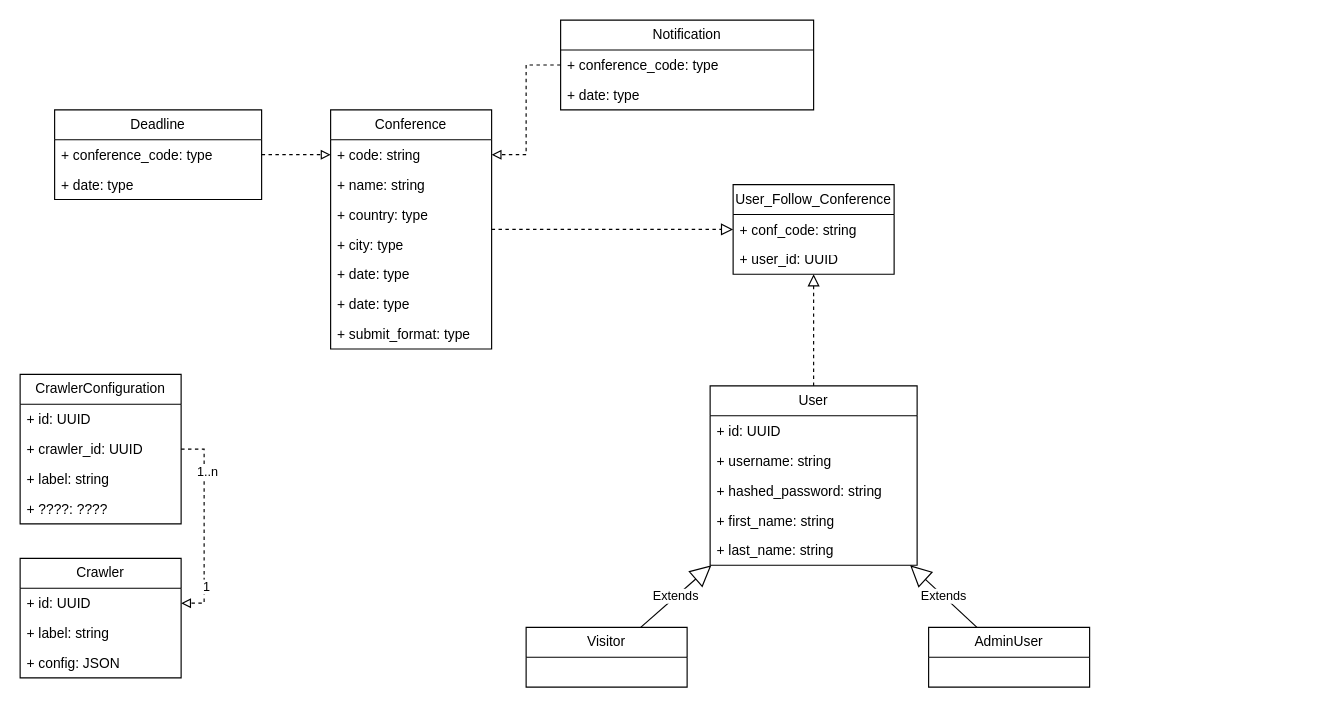
The draw.io diagram page "Class" (2 of 2) of Diagram/Use Case.drawio in Technologie-Logicielle/spiderbot, before the edit. Source tidied: cells renumbered, new cells numbered last; positions are measured from the earlier drawing's top-left corner, leaving out a move shared by most shapes. Both pictures are drawn from the tidied source at 115%, with x=0, y=0 at pixel (20, 20).
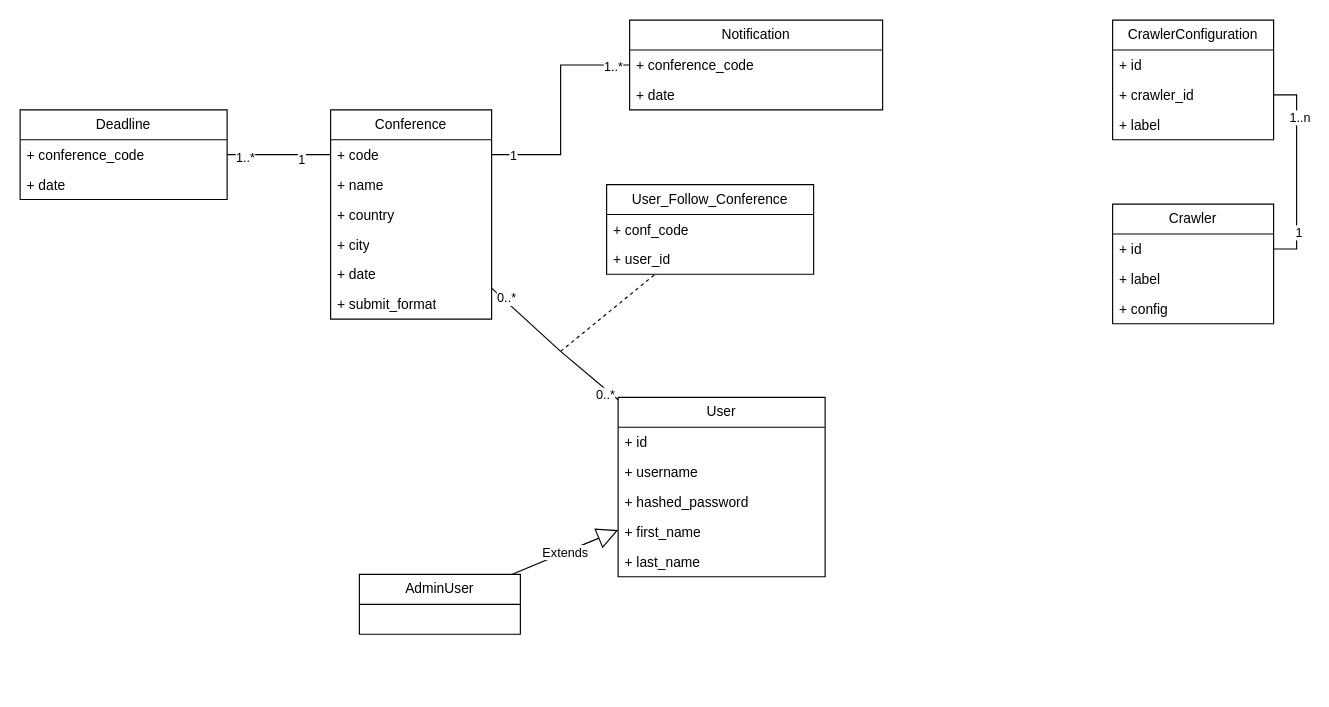
Above is the later version.

What changed in the source:
```diff
@@
     <mxCell id="2" value="Conference" style="swimlane;fontStyle=0;horizontal=1;startSize=26;fillColor=none;whiteSpace=wrap;html=1;" parent="1" vertex="1">
-      <mxGeometry x="270" y="78" width="140" height="208" as="geometry" />
+      <mxGeometry x="270" y="78" width="140" height="182" as="geometry" />
     </mxCell>
-    <mxCell id="3" value="+ code: string" style="text;strokeColor=none;fillColor=none;align=left;verticalAlign=top;spacingLeft=4;spacingRight=4;overflow=hidden;points=[[0,0.5],[1,0.5]];portConstraint=eastwest;whiteSpace=wrap;html=1;" parent="2" vertex="1">
+    <mxCell id="3" value="+ code" style="text;strokeColor=none;fillColor=none;align=left;verticalAlign=top;spacingLeft=4;spacingRight=4;overflow=hidden;points=[[0,0.5],[1,0.5]];portConstraint=eastwest;whiteSpace=wrap;html=1;" parent="2" vertex="1">
       <mxGeometry y="26" width="140" height="26" as="geometry" />
     </mxCell>
-    <mxCell id="4" value="+ name: string" style="text;strokeColor=none;fillColor=none;align=left;verticalAlign=top;spacingLeft=4;spacingRight=4;overflow=hidden;whiteSpace=wrap;html=1;" parent="2" vertex="1">
+    <mxCell id="4" value="+ name" style="text;strokeColor=none;fillColor=none;align=left;verticalAlign=top;spacingLeft=4;spacingRight=4;overflow=hidden;whiteSpace=wrap;html=1;" parent="2" vertex="1">
       <mxGeometry y="52" width="140" height="26" as="geometry" />
     </mxCell>
-    <mxCell id="5" value="+ country: type" style="text;strokeColor=none;fillColor=none;align=left;verticalAlign=top;spacingLeft=4;spacingRight=4;overflow=hidden;whiteSpace=wrap;html=1;" parent="2" vertex="1">
+    <mxCell id="5" value="+ country" style="text;strokeColor=none;fillColor=none;align=left;verticalAlign=top;spacingLeft=4;spacingRight=4;overflow=hidden;whiteSpace=wrap;html=1;" parent="2" vertex="1">
       <mxGeometry y="78" width="140" height="26" as="geometry" />
     </mxCell>
-    <mxCell id="6" value="+ city: type" style="text;strokeColor=none;fillColor=none;align=left;verticalAlign=top;spacingLeft=4;spacingRight=4;overflow=hidden;whiteSpace=wrap;html=1;" parent="2" vertex="1">
+    <mxCell id="6" value="+ city" style="text;strokeColor=none;fillColor=none;align=left;verticalAlign=top;spacingLeft=4;spacingRight=4;overflow=hidden;whiteSpace=wrap;html=1;" parent="2" vertex="1">
       <mxGeometry y="104" width="140" height="26" as="geometry" />
     </mxCell>
-    <mxCell id="7" value="+ date: type" style="text;strokeColor=none;fillColor=none;align=left;verticalAlign=top;spacingLeft=4;spacingRight=4;overflow=hidden;whiteSpace=wrap;html=1;" parent="2" vertex="1">
+    <mxCell id="7" value="+ date" style="text;strokeColor=none;fillColor=none;align=left;verticalAlign=top;spacingLeft=4;spacingRight=4;overflow=hidden;whiteSpace=wrap;html=1;" parent="2" vertex="1">
       <mxGeometry y="130" width="140" height="26" as="geometry" />
     </mxCell>
-    <mxCell id="8" value="+ date: type" style="text;strokeColor=none;fillColor=none;align=left;verticalAlign=top;spacingLeft=4;spacingRight=4;overflow=hidden;whiteSpace=wrap;html=1;" parent="2" vertex="1">
-      <mxGeometry y="156" width="140" height="26" as="geometry" />
-    </mxCell>
-    <mxCell id="9" value="+ submit_format: type" style="text;strokeColor=none;fillColor=none;align=left;verticalAlign=top;spacingLeft=4;spacingRight=4;overflow=hidden;whiteSpace=wrap;html=1;" parent="2" vertex="1">
-      <mxGeometry y="182" width="140" height="26" as="geometry" />
+    <mxCell id="9" value="+ submit_format" style="text;strokeColor=none;fillColor=none;align=left;verticalAlign=top;spacingLeft=4;spacingRight=4;overflow=hidden;whiteSpace=wrap;html=1;" parent="2" vertex="1">
+      <mxGeometry y="156" width="140" height="26" as="geometry" />
     </mxCell>
     <mxCell id="10" value="Crawler" style="swimlane;fontStyle=0;horizontal=1;startSize=26;fillColor=none;whiteSpace=wrap;html=1;" parent="1" vertex="1">
-      <mxGeometry y="468" width="140" height="104" as="geometry" />
+      <mxGeometry x="950" y="160" width="140" height="104" as="geometry" />
     </mxCell>
-    <mxCell id="11" value="+ id: UUID" style="text;strokeColor=none;fillColor=none;align=left;verticalAlign=top;spacingLeft=4;spacingRight=4;overflow=hidden;points=[[0,0.5],[1,0.5]];portConstraint=eastwest;whiteSpace=wrap;html=1;" parent="10" vertex="1">
+    <mxCell id="11" value="+ id" style="text;strokeColor=none;fillColor=none;align=left;verticalAlign=top;spacingLeft=4;spacingRight=4;overflow=hidden;points=[[0,0.5],[1,0.5]];portConstraint=eastwest;whiteSpace=wrap;html=1;" parent="10" vertex="1">
       <mxGeometry y="26" width="140" height="26" as="geometry" />
     </mxCell>
-    <mxCell id="12" value="+ label: string" style="text;strokeColor=none;fillColor=none;align=left;verticalAlign=top;spacingLeft=4;spacingRight=4;overflow=hidden;whiteSpace=wrap;html=1;" parent="10" vertex="1">
+    <mxCell id="12" value="+ label" style="text;strokeColor=none;fillColor=none;align=left;verticalAlign=top;spacingLeft=4;spacingRight=4;overflow=hidden;whiteSpace=wrap;html=1;" parent="10" vertex="1">
       <mxGeometry y="52" width="140" height="26" as="geometry" />
     </mxCell>
-    <mxCell id="13" value="+ config: JSON" style="text;strokeColor=none;fillColor=none;align=left;verticalAlign=top;spacingLeft=4;spacingRight=4;overflow=hidden;whiteSpace=wrap;html=1;" parent="10" vertex="1">
+    <mxCell id="13" value="+ config" style="text;strokeColor=none;fillColor=none;align=left;verticalAlign=top;spacingLeft=4;spacingRight=4;overflow=hidden;whiteSpace=wrap;html=1;" parent="10" vertex="1">
       <mxGeometry y="78" width="140" height="26" as="geometry" />
     </mxCell>
     <mxCell id="14" value="CrawlerConfiguration" style="swimlane;fontStyle=0;horizontal=1;startSize=26;fillColor=none;whiteSpace=wrap;html=1;" parent="1" vertex="1">
-      <mxGeometry y="308" width="140" height="130" as="geometry" />
+      <mxGeometry x="950" width="140" height="104" as="geometry" />
     </mxCell>
-    <mxCell id="15" value="+ id: UUID" style="text;strokeColor=none;fillColor=none;align=left;verticalAlign=top;spacingLeft=4;spacingRight=4;overflow=hidden;whiteSpace=wrap;html=1;" parent="14" vertex="1">
+    <mxCell id="15" value="+ id" style="text;strokeColor=none;fillColor=none;align=left;verticalAlign=top;spacingLeft=4;spacingRight=4;overflow=hidden;whiteSpace=wrap;html=1;" parent="14" vertex="1">
       <mxGeometry y="26" width="140" height="26" as="geometry" />
     </mxCell>
-    <mxCell id="16" value="+ crawler_id: UUID" style="text;strokeColor=none;fillColor=none;align=left;verticalAlign=top;spacingLeft=4;spacingRight=4;overflow=hidden;points=[[0,0.5],[1,0.5]];portConstraint=eastwest;whiteSpace=wrap;html=1;" parent="14" vertex="1">
+    <mxCell id="16" value="+ crawler_id" style="text;strokeColor=none;fillColor=none;align=left;verticalAlign=top;spacingLeft=4;spacingRight=4;overflow=hidden;points=[[0,0.5],[1,0.5]];portConstraint=eastwest;whiteSpace=wrap;html=1;" parent="14" vertex="1">
       <mxGeometry y="52" width="140" height="26" as="geometry" />
     </mxCell>
-    <mxCell id="17" value="+ label: string" style="text;strokeColor=none;fillColor=none;align=left;verticalAlign=top;spacingLeft=4;spacingRight=4;overflow=hidden;whiteSpace=wrap;html=1;" parent="14" vertex="1">
+    <mxCell id="17" value="+ label" style="text;strokeColor=none;fillColor=none;align=left;verticalAlign=top;spacingLeft=4;spacingRight=4;overflow=hidden;whiteSpace=wrap;html=1;" parent="14" vertex="1">
       <mxGeometry y="78" width="140" height="26" as="geometry" />
     </mxCell>
-    <mxCell id="18" value="+ ????: ????" style="text;strokeColor=none;fillColor=none;align=left;verticalAlign=top;spacingLeft=4;spacingRight=4;overflow=hidden;whiteSpace=wrap;html=1;" parent="14" vertex="1">
-      <mxGeometry y="104" width="140" height="26" as="geometry" />
-    </mxCell>
     <mxCell id="19" value="User" style="swimlane;fontStyle=0;horizontal=1;startSize=26;fillColor=none;whiteSpace=wrap;html=1;" parent="1" vertex="1">
-      <mxGeometry x="600" y="318" width="180" height="156" as="geometry" />
+      <mxGeometry x="520" y="328" width="180" height="156" as="geometry" />
     </mxCell>
-    <mxCell id="20" value="+ id: UUID" style="text;strokeColor=none;fillColor=none;align=left;verticalAlign=top;spacingLeft=4;spacingRight=4;overflow=hidden;whiteSpace=wrap;html=1;" parent="19" vertex="1">
+    <mxCell id="20" value="+ id" style="text;strokeColor=none;fillColor=none;align=left;verticalAlign=top;spacingLeft=4;spacingRight=4;overflow=hidden;whiteSpace=wrap;html=1;" parent="19" vertex="1">
       <mxGeometry y="26" width="180" height="26" as="geometry" />
     </mxCell>
-    <mxCell id="21" value="+ username: string" style="text;strokeColor=none;fillColor=none;align=left;verticalAlign=top;spacingLeft=4;spacingRight=4;overflow=hidden;whiteSpace=wrap;html=1;" parent="19" vertex="1">
+    <mxCell id="21" value="+ username" style="text;strokeColor=none;fillColor=none;align=left;verticalAlign=top;spacingLeft=4;spacingRight=4;overflow=hidden;whiteSpace=wrap;html=1;" parent="19" vertex="1">
       <mxGeometry y="52" width="180" height="26" as="geometry" />
     </mxCell>
-    <mxCell id="22" value="+ hashed_password: string" style="text;strokeColor=none;fillColor=none;align=left;verticalAlign=top;spacingLeft=4;spacingRight=4;overflow=hidden;whiteSpace=wrap;html=1;" parent="19" vertex="1">
+    <mxCell id="22" value="+ hashed_password" style="text;strokeColor=none;fillColor=none;align=left;verticalAlign=top;spacingLeft=4;spacingRight=4;overflow=hidden;whiteSpace=wrap;html=1;" parent="19" vertex="1">
       <mxGeometry y="78" width="180" height="26" as="geometry" />
     </mxCell>
-    <mxCell id="23" value="+ first_name: string" style="text;strokeColor=none;fillColor=none;align=left;verticalAlign=top;spacingLeft=4;spacingRight=4;overflow=hidden;whiteSpace=wrap;html=1;" parent="19" vertex="1">
+    <mxCell id="23" value="+ first_name" style="text;strokeColor=none;fillColor=none;align=left;verticalAlign=top;spacingLeft=4;spacingRight=4;overflow=hidden;whiteSpace=wrap;html=1;" parent="19" vertex="1">
       <mxGeometry y="104" width="180" height="26" as="geometry" />
     </mxCell>
-    <mxCell id="24" value="+ last_name: string" style="text;strokeColor=none;fillColor=none;align=left;verticalAlign=top;spacingLeft=4;spacingRight=4;overflow=hidden;whiteSpace=wrap;html=1;" parent="19" vertex="1">
+    <mxCell id="24" value="+ last_name" style="text;strokeColor=none;fillColor=none;align=left;verticalAlign=top;spacingLeft=4;spacingRight=4;overflow=hidden;whiteSpace=wrap;html=1;" parent="19" vertex="1">
       <mxGeometry y="130" width="180" height="26" as="geometry" />
     </mxCell>
     <mxCell id="25" value="User_Follow_Conference" style="swimlane;fontStyle=0;horizontal=1;startSize=26;fillColor=none;whiteSpace=wrap;html=1;" parent="1" vertex="1">
-      <mxGeometry x="620" y="143" width="140" height="78" as="geometry" />
+      <mxGeometry x="510" y="143" width="180" height="78" as="geometry" />
     </mxCell>
-    <mxCell id="26" value="+ conf_code: string" style="text;strokeColor=none;fillColor=none;align=left;verticalAlign=top;spacingLeft=4;spacingRight=4;overflow=hidden;whiteSpace=wrap;html=1;" parent="25" vertex="1">
-      <mxGeometry y="26" width="140" height="26" as="geometry" />
+    <mxCell id="26" value="+ conf_code" style="text;strokeColor=none;fillColor=none;align=left;verticalAlign=top;spacingLeft=4;spacingRight=4;overflow=hidden;whiteSpace=wrap;html=1;" parent="25" vertex="1">
+      <mxGeometry y="26" width="180" height="26" as="geometry" />
     </mxCell>
-    <mxCell id="27" value="+ user_id: UUID" style="text;strokeColor=none;fillColor=none;align=left;verticalAlign=top;spacingLeft=4;spacingRight=4;overflow=hidden;whiteSpace=wrap;html=1;" parent="25" vertex="1">
-      <mxGeometry y="52" width="140" height="26" as="geometry" />
+    <mxCell id="27" value="+ user_id" style="text;strokeColor=none;fillColor=none;align=left;verticalAlign=top;spacingLeft=4;spacingRight=4;overflow=hidden;whiteSpace=wrap;html=1;" parent="25" vertex="1">
+      <mxGeometry y="52" width="180" height="26" as="geometry" />
     </mxCell>
-    <mxCell id="28" value="Visitor" style="swimlane;fontStyle=0;horizontal=1;startSize=26;fillColor=none;whiteSpace=wrap;html=1;" parent="1" vertex="1">
-      <mxGeometry x="440" y="528" width="140" height="52" as="geometry" />
-    </mxCell>
-    <mxCell id="29" value="Extends" style="endArrow=block;endSize=16;endFill=0;html=1;rounded=0;" parent="1" edge="1" source="28" target="19">
-      <mxGeometry relative="1" as="geometry" />
-    </mxCell>
     <mxCell id="30" value="AdminUser" style="swimlane;fontStyle=0;horizontal=1;startSize=26;fillColor=none;whiteSpace=wrap;html=1;" parent="1" vertex="1">
-      <mxGeometry x="790" y="528" width="140" height="52" as="geometry" />
+      <mxGeometry x="295" y="482" width="140" height="52" as="geometry" />
     </mxCell>
@@
-    <mxCell id="32" style="endArrow=block;startArrow=none;endFill=0;startFill=0;endSize=8;html=1;verticalAlign=bottom;dashed=1;labelBackgroundColor=none;rounded=0;" parent="1" edge="1" source="19" target="25">
-      <mxGeometry relative="1" as="geometry" />
-    </mxCell>
-    <mxCell id="33" style="endArrow=block;startArrow=none;endFill=0;startFill=0;endSize=8;html=1;verticalAlign=bottom;dashed=1;labelBackgroundColor=none;rounded=0;" parent="1" edge="1" source="2" target="25">
-      <mxGeometry relative="1" as="geometry" />
-    </mxCell>
     <mxCell id="34" value="Deadline" style="swimlane;fontStyle=0;horizontal=1;startSize=26;fillColor=none;whiteSpace=wrap;html=1;" parent="1" vertex="1">
-      <mxGeometry x="30" y="78" width="180" height="78" as="geometry" />
+      <mxGeometry y="78" width="180" height="78" as="geometry" />
     </mxCell>
-    <mxCell id="35" value="+ conference_code: type" style="text;strokeColor=none;fillColor=none;align=left;verticalAlign=top;spacingLeft=4;spacingRight=4;overflow=hidden;points=[[0,0.5],[1,0.5]];portConstraint=eastwest;whiteSpace=wrap;html=1;" parent="34" vertex="1">
+    <mxCell id="35" value="+ conference_code" style="text;strokeColor=none;fillColor=none;align=left;verticalAlign=top;spacingLeft=4;spacingRight=4;overflow=hidden;points=[[0,0.5],[1,0.5]];portConstraint=eastwest;whiteSpace=wrap;html=1;" parent="34" vertex="1">
       <mxGeometry y="26" width="180" height="26" as="geometry" />
     </mxCell>
-    <mxCell id="36" value="+ date: type" style="text;strokeColor=none;fillColor=none;align=left;verticalAlign=top;spacingLeft=4;spacingRight=4;overflow=hidden;whiteSpace=wrap;html=1;" parent="34" vertex="1">
+    <mxCell id="36" value="+ date" style="text;strokeColor=none;fillColor=none;align=left;verticalAlign=top;spacingLeft=4;spacingRight=4;overflow=hidden;whiteSpace=wrap;html=1;" parent="34" vertex="1">
       <mxGeometry y="52" width="180" height="26" as="geometry" />
     </mxCell>
-    <mxCell id="37" style="edgeStyle=orthogonalEdgeStyle;rounded=0;jettySize=auto;html=1;exitX=1;exitY=0.5;exitDx=0;exitDy=0;entryX=0;entryY=0.5;entryDx=0;entryDy=0;dashed=1;endArrow=block;endFill=0;" parent="1" edge="1" source="35" target="3">
+    <mxCell id="37" style="edgeStyle=orthogonalEdgeStyle;rounded=0;jettySize=auto;html=1;exitX=1;exitY=0.5;exitDx=0;exitDy=0;entryX=0;entryY=0.5;entryDx=0;entryDy=0;endArrow=none;endFill=0;" parent="1" edge="1" source="35" target="3">
       <mxGeometry relative="1" as="geometry" />
     </mxCell>
+    <mxCell id="45" value="1" style="edgeLabel;html=1;align=center;verticalAlign=middle;" parent="37" vertex="1">
+      <mxGeometry x="0.42" y="-4" relative="1" as="geometry" />
+    </mxCell>
+    <mxCell id="46" value="1..*" style="edgeLabel;html=1;align=center;verticalAlign=middle;" parent="37" vertex="1">
+      <mxGeometry x="-0.67" y="-2" relative="1" as="geometry" />
+    </mxCell>
     <mxCell id="38" value="Notification" style="swimlane;fontStyle=0;horizontal=1;startSize=26;fillColor=none;whiteSpace=wrap;html=1;" parent="1" vertex="1">
-      <mxGeometry x="470" width="220" height="78" as="geometry" />
+      <mxGeometry x="530" width="220" height="78" as="geometry" />
     </mxCell>
-    <mxCell id="39" value="+ conference_code: type" style="text;strokeColor=none;fillColor=none;align=left;verticalAlign=top;spacingLeft=4;spacingRight=4;overflow=hidden;points=[[0,0.5],[1,0.5]];portConstraint=eastwest;whiteSpace=wrap;html=1;" parent="38" vertex="1">
+    <mxCell id="39" value="+ conference_code" style="text;strokeColor=none;fillColor=none;align=left;verticalAlign=top;spacingLeft=4;spacingRight=4;overflow=hidden;points=[[0,0.5],[1,0.5]];portConstraint=eastwest;whiteSpace=wrap;html=1;" parent="38" vertex="1">
       <mxGeometry y="26" width="220" height="26" as="geometry" />
     </mxCell>
-    <mxCell id="40" value="+ date: type" style="text;strokeColor=none;fillColor=none;align=left;verticalAlign=top;spacingLeft=4;spacingRight=4;overflow=hidden;whiteSpace=wrap;html=1;" parent="38" vertex="1">
+    <mxCell id="40" value="+ date" style="text;strokeColor=none;fillColor=none;align=left;verticalAlign=top;spacingLeft=4;spacingRight=4;overflow=hidden;whiteSpace=wrap;html=1;" parent="38" vertex="1">
       <mxGeometry y="52" width="220" height="26" as="geometry" />
     </mxCell>
-    <mxCell id="41" style="edgeStyle=orthogonalEdgeStyle;rounded=0;jettySize=auto;html=1;exitX=0;exitY=0.5;exitDx=0;exitDy=0;entryX=1;entryY=0.5;entryDx=0;entryDy=0;endArrow=block;endFill=0;dashed=1;" parent="1" edge="1" source="39" target="3">
+    <mxCell id="41" style="edgeStyle=orthogonalEdgeStyle;rounded=0;jettySize=auto;html=1;exitX=0;exitY=0.5;exitDx=0;exitDy=0;entryX=1;entryY=0.5;entryDx=0;entryDy=0;endArrow=none;endFill=0;" parent="1" edge="1" source="39" target="3">
       <mxGeometry relative="1" as="geometry" />
     </mxCell>
+    <mxCell id="47" value="1" style="edgeLabel;html=1;align=center;verticalAlign=middle;" parent="41" vertex="1">
+      <mxGeometry x="0.82" relative="1" as="geometry" />
+    </mxCell>
+    <mxCell id="48" value="1..*" style="edgeLabel;html=1;align=center;verticalAlign=middle;" parent="41" vertex="1">
+      <mxGeometry x="-0.85" y="1" relative="1" as="geometry" />
+    </mxCell>
-    <mxCell id="42" style="edgeStyle=orthogonalEdgeStyle;rounded=0;jettySize=auto;html=1;exitX=1;exitY=0.5;exitDx=0;exitDy=0;entryX=1;entryY=0.5;entryDx=0;entryDy=0;dashed=1;endArrow=block;endFill=0;" parent="1" edge="1" source="16" target="11">
+    <mxCell id="42" style="edgeStyle=orthogonalEdgeStyle;rounded=0;jettySize=auto;html=1;exitX=1;exitY=0.5;exitDx=0;exitDy=0;entryX=1;entryY=0.5;entryDx=0;entryDy=0;endArrow=none;endFill=0;" parent="1" edge="1" source="16" target="11">
       <mxGeometry relative="1" as="geometry" />
     </mxCell>
@@
+    <mxCell id="49" style="rounded=0;whiteSpace=wrap;html=1;fillColor=none;strokeColor=none;" parent="1" vertex="1">
+      <mxGeometry x="470" y="288" as="geometry" />
+    </mxCell>
+    <mxCell id="50" style="endArrow=none;dashed=1;html=1;rounded=0;exitX=1;exitY=0;exitDx=0;exitDy=0;" parent="1" edge="1" source="49" target="25">
+      <mxGeometry relative="1" as="geometry" />
+    </mxCell>
+    <mxCell id="51" style="endArrow=none;startArrow=none;endFill=0;startFill=0;endSize=8;html=1;verticalAlign=bottom;labelBackgroundColor=none;rounded=0;" parent="1" edge="1" source="2" target="49">
+      <mxGeometry relative="1" as="geometry" />
+    </mxCell>
+    <mxCell id="52" value="0..*" style="edgeLabel;html=1;align=center;verticalAlign=middle;" parent="51" vertex="1">
+      <mxGeometry x="-0.63" y="2" relative="1" as="geometry" />
+    </mxCell>
+    <mxCell id="33" style="endArrow=none;startArrow=none;endFill=0;startFill=0;endSize=8;html=1;verticalAlign=bottom;labelBackgroundColor=none;rounded=0;" parent="1" edge="1" source="49" target="19">
+      <mxGeometry relative="1" as="geometry" />
+    </mxCell>
+    <mxCell id="53" value="0..*" style="edgeLabel;html=1;align=center;verticalAlign=middle;" parent="33" vertex="1">
+      <mxGeometry x="0.65" y="-4" relative="1" as="geometry" />
+    </mxCell>
```
